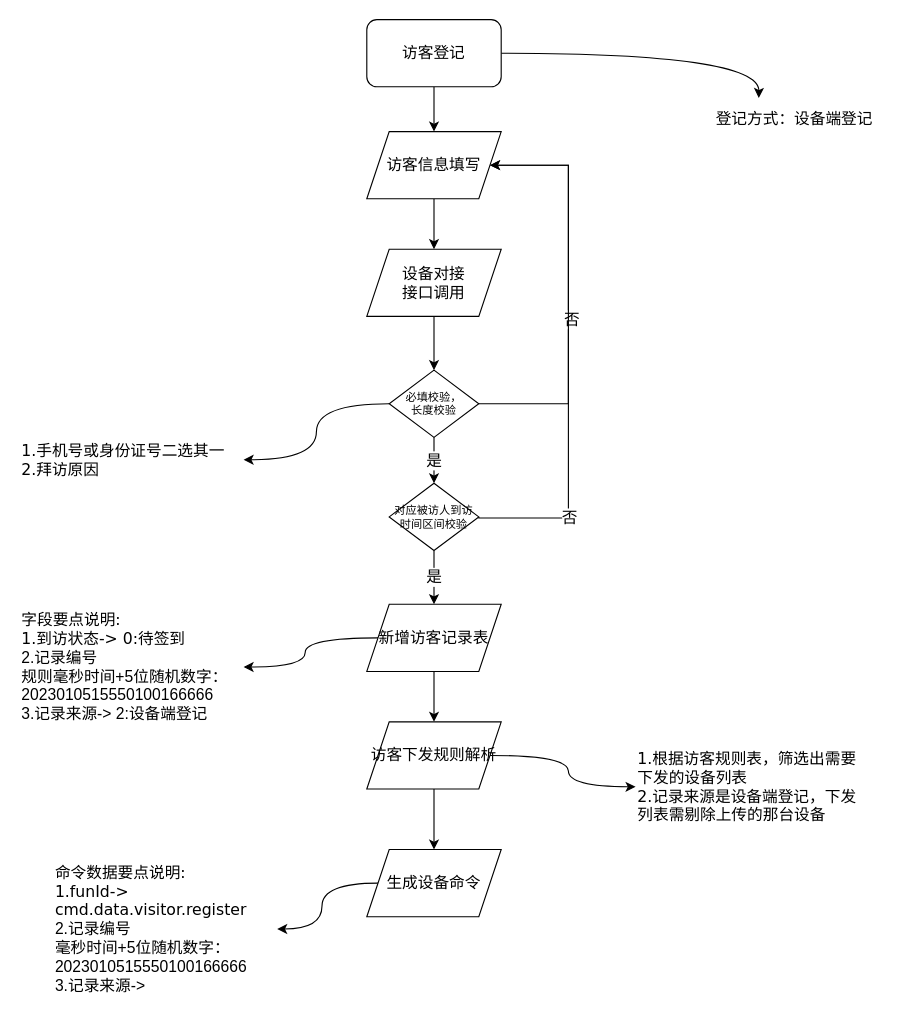
Before: page "访客登记细化-设备端登记" (4 of 7) of 访客功能-线下平台和设备交互流程.drawio in chwnjianhui/draw.io, a draw.io diagram. Source tidied: cells renumbered, new cells numbered last; positions are measured from the earlier drawing's top-left corner, leaving out a move shared by most shapes. Both pictures are drawn from the tidied source at 112%, with x=0, y=0 at pixel (19, 19).
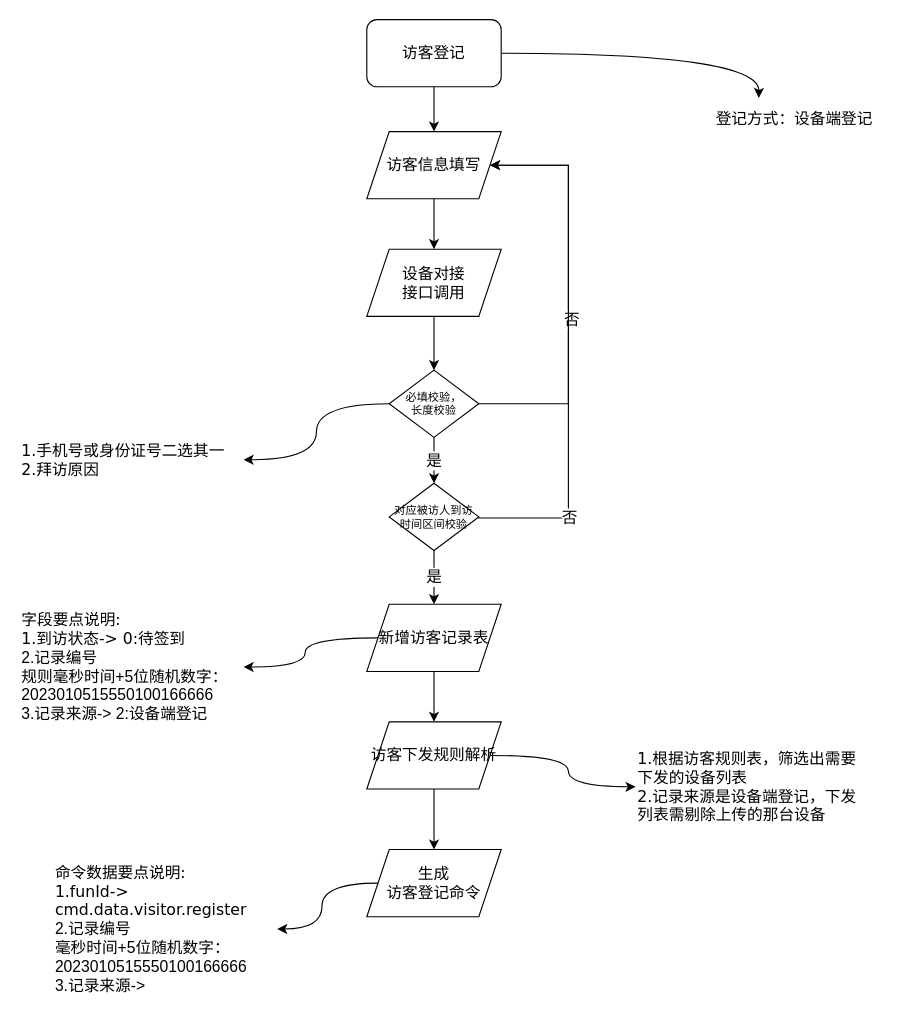
The same diagram, later.

Change to the diagram source:
```diff
@@
-    <mxCell id="25" value="生成设备命令" style="shape=parallelogram;perimeter=parallelogramPerimeter;whiteSpace=wrap;html=1;fixedSize=1;fontSize=14;fillColor=#FFFFFF;" parent="1" vertex="1">
+    <mxCell id="25" value="生成&lt;br&gt;访客登记命令" style="shape=parallelogram;perimeter=parallelogramPerimeter;whiteSpace=wrap;html=1;fixedSize=1;fontSize=14;fillColor=#FFFFFF;" parent="1" vertex="1">
       <mxGeometry x="310" y="741" width="120" height="60" as="geometry" />
     </mxCell>
```
